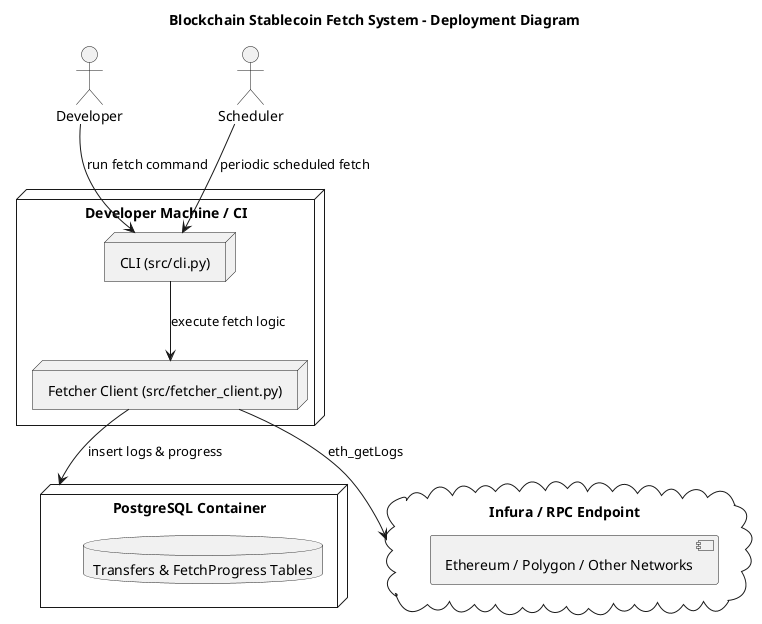
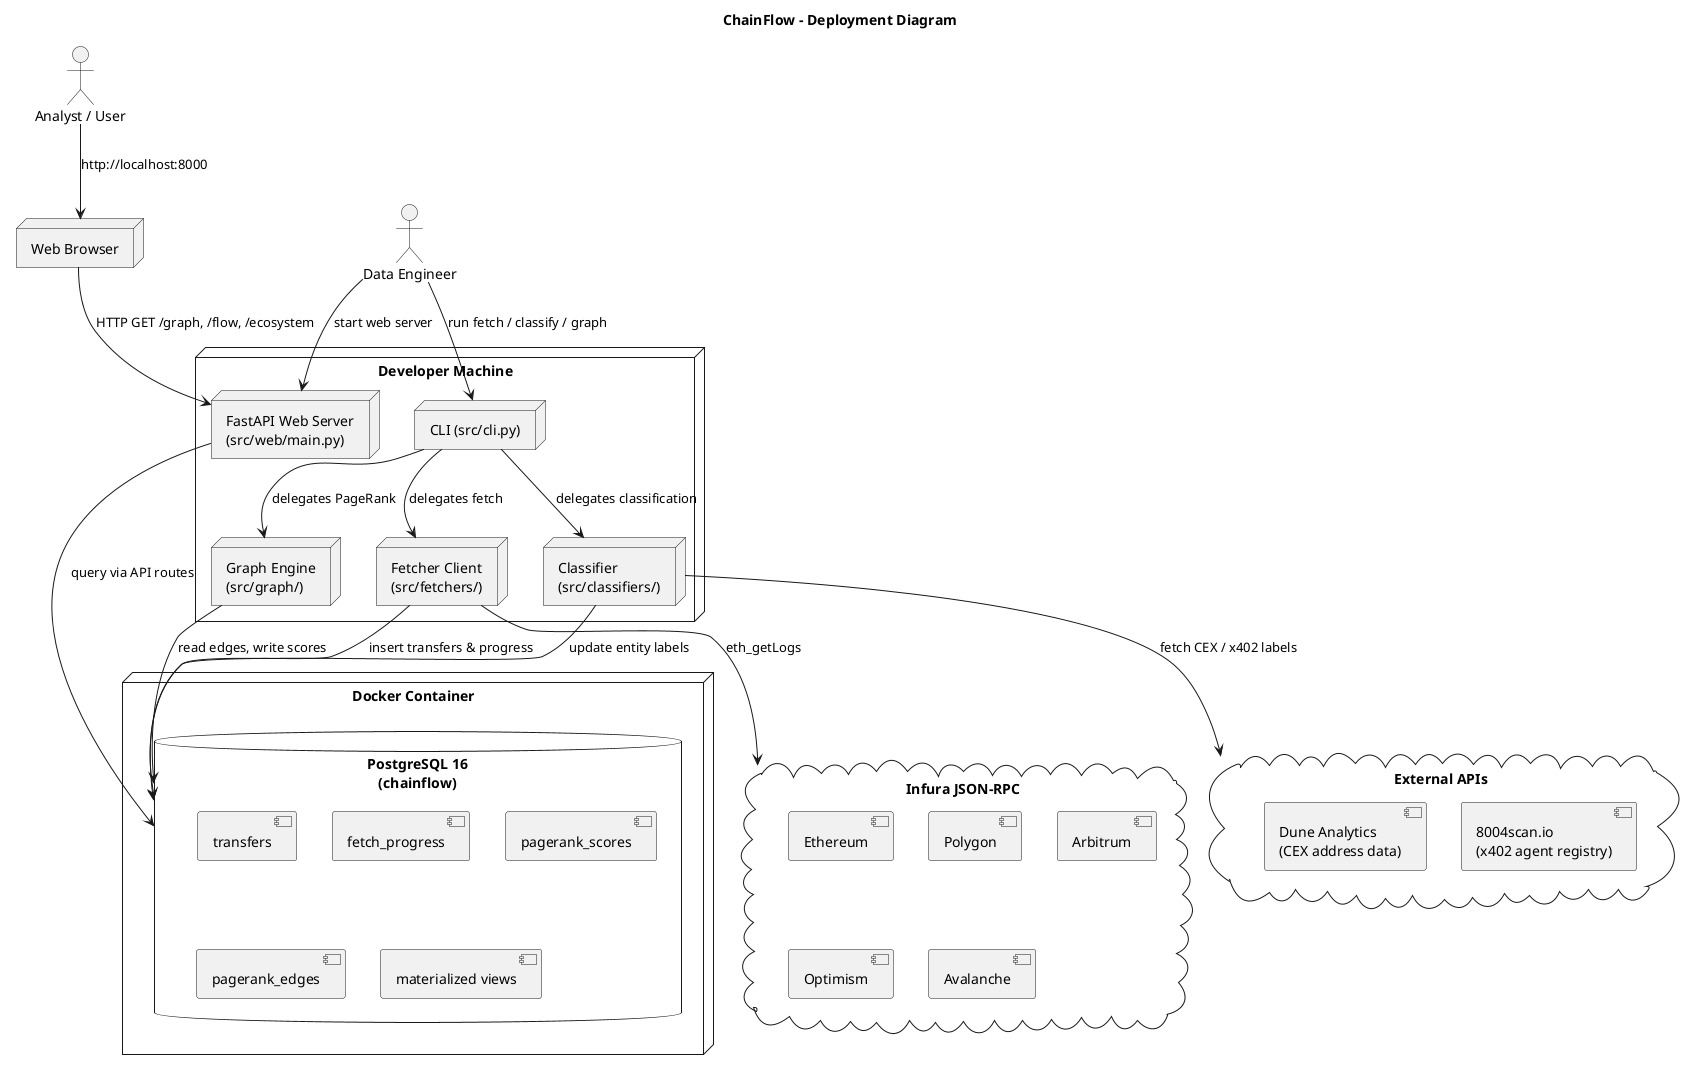
@startuml
- title Blockchain Stablecoin Fetch System - Deployment Diagram
+ title ChainFlow - Deployment Diagram

- actor Developer
- actor Scheduler
+ actor "Data Engineer" as DE
+ actor "Analyst / User" as Analyst

- node "Developer Machine / CI" {
-     node "CLI (src/cli.py)"
-     node "Fetcher Client (src/fetcher_client.py)"
+ node "Developer Machine" {
+     node "CLI (src/cli.py)" as CLI
+     node "FastAPI Web Server\n(src/web/main.py)" as Web
+     node "Fetcher Client\n(src/fetchers/)" as Fetcher
+     node "Classifier\n(src/classifiers/)" as Classifier
+     node "Graph Engine\n(src/graph/)" as Graph
}

- node "PostgreSQL Container" {
-     database "Transfers & FetchProgress Tables"
+ node "Docker Container" {
+     database "PostgreSQL 16\n(chainflow)" as PG {
+         [transfers]
+         [fetch_progress]
+         [pagerank_scores]
+         [pagerank_edges]
+         [materialized views]
+     }
}

- cloud "Infura / RPC Endpoint" {
-     [Ethereum / Polygon / Other Networks]
+ cloud "Infura JSON-RPC" {
+     [Ethereum]
+     [Polygon]
+     [Arbitrum]
+     [Optimism]
+     [Avalanche]
}

- Developer --> "CLI (src/cli.py)" : run fetch command
- "CLI (src/cli.py)" --> "Fetcher Client (src/fetcher_client.py)" : execute fetch logic
- "Fetcher Client (src/fetcher_client.py)" --> "Infura / RPC Endpoint" : eth_getLogs
- "Fetcher Client (src/fetcher_client.py)" --> "PostgreSQL Container" : insert logs & progress
- Scheduler --> "CLI (src/cli.py)" : periodic scheduled fetch
+ cloud "External APIs" {
+     [8004scan.io\n(x402 agent registry)]
+     [Dune Analytics\n(CEX address data)]
+ }

- @enduml+ node "Web Browser" as Browser
+ 
+ DE --> CLI : "run fetch / classify / graph"
+ CLI --> Fetcher : delegates fetch
+ CLI --> Classifier : delegates classification
+ CLI --> Graph : delegates PageRank
+ 
+ Fetcher --> "Infura JSON-RPC" : eth_getLogs
+ Fetcher --> PG : insert transfers & progress
+ 
+ Classifier --> "External APIs" : fetch CEX / x402 labels
+ Classifier --> PG : update entity labels
+ 
+ Graph --> PG : read edges, write scores
+ 
+ DE --> Web : start web server
+ Web --> PG : query via API routes
+ 
+ Analyst --> Browser : http://localhost:8000
+ Browser --> Web : HTTP GET /graph, /flow, /ecosystem
+ 
+ @enduml
